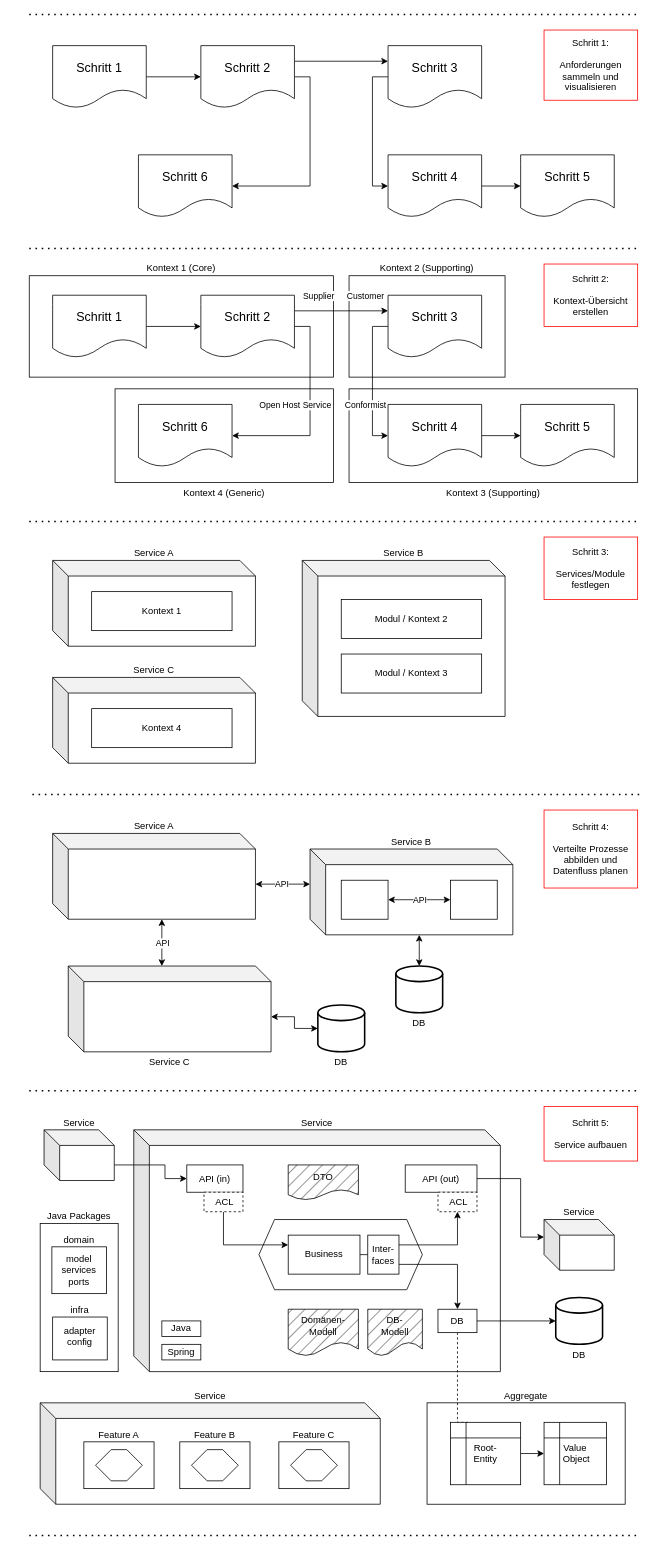
Above: images/software-architecture-guide-all-steps.drawio in coc-university/software-architecture-guide (draw.io), before the change. Source tidied: cells renumbered, new cells numbered last; positions are measured from the earlier drawing's top-left corner, leaving out a move shared by most shapes. Both pictures are drawn from the tidied source at 78%, with x=0, y=0 at pixel (29, 14).
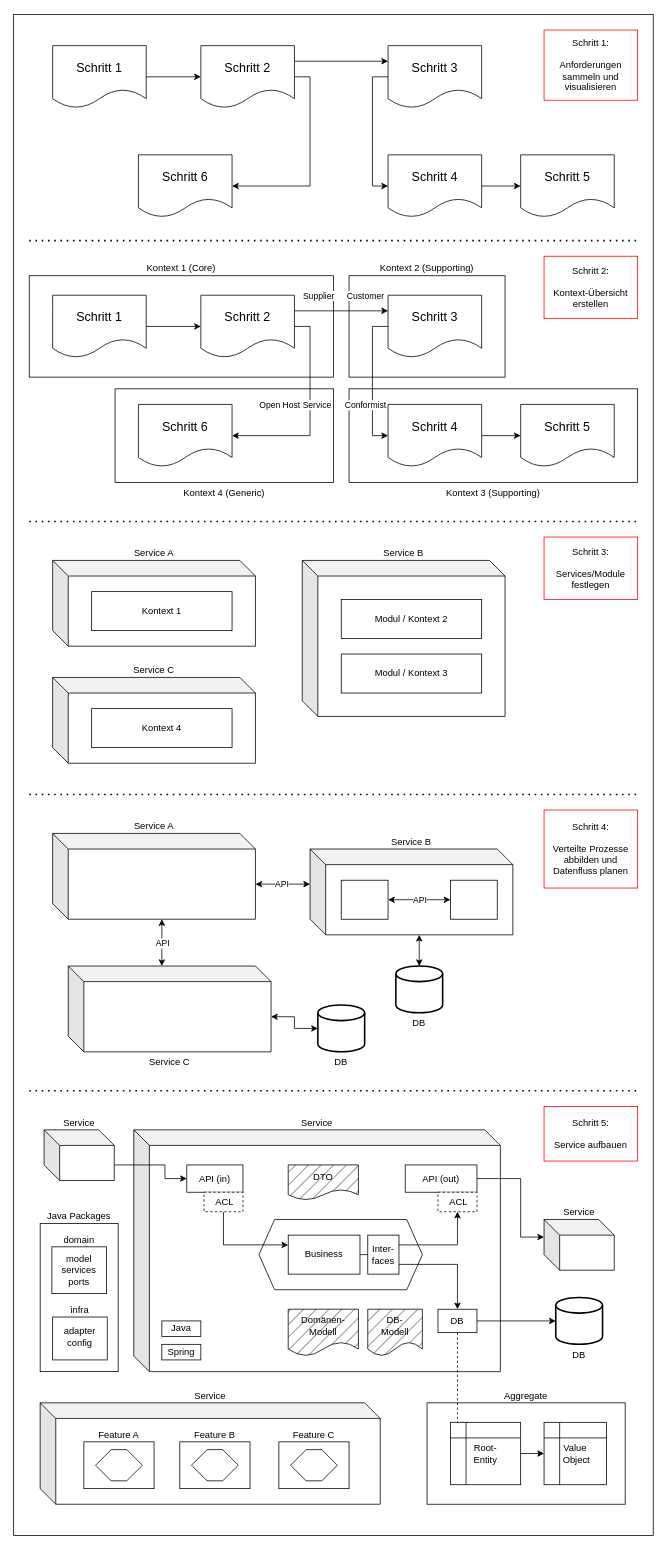
After the change.

What changed in the source:
```diff
@@
+    <mxCell id="106" style="rounded=0;whiteSpace=wrap;html=1;" parent="1" vertex="1">
+      <mxGeometry x="-20" width="820" height="1950" as="geometry" />
+    </mxCell>
@@
-    <mxCell id="21" style="endArrow=none;dashed=1;html=1;dashPattern=1 3;strokeWidth=2;rounded=0;" parent="1" edge="1">
-      <mxGeometry relative="1" as="geometry">
-        <mxPoint as="sourcePoint" />
-        <mxPoint x="780" as="targetPoint" />
-      </mxGeometry>
-    </mxCell>
@@
     <mxCell id="24" style="endArrow=none;dashed=1;html=1;dashPattern=1 3;strokeWidth=2;rounded=0;" parent="1" edge="1">
       <mxGeometry relative="1" as="geometry">
-        <mxPoint y="300" as="sourcePoint" />
-        <mxPoint x="780" y="300" as="targetPoint" />
+        <mxPoint y="290" as="sourcePoint" />
+        <mxPoint x="780" y="290" as="targetPoint" />
       </mxGeometry>
     </mxCell>
@@
     <mxCell id="43" style="endArrow=none;dashed=1;html=1;dashPattern=1 3;strokeWidth=2;rounded=0;" parent="1" edge="1">
       <mxGeometry relative="1" as="geometry">
-        <mxPoint x="4" y="1000" as="sourcePoint" />
-        <mxPoint x="784" y="1000" as="targetPoint" />
+        <mxPoint y="1000" as="sourcePoint" />
+        <mxPoint x="780" y="1000" as="targetPoint" />
       </mxGeometry>
     </mxCell>
@@
     <mxCell id="54" value="&lt;div&gt;Schritt 2:&lt;/div&gt;&lt;div&gt;&lt;br&gt;&lt;/div&gt;Kontext-Übersicht erstellen" style="rounded=0;whiteSpace=wrap;html=1;strokeColor=#FF0000;" parent="1" vertex="1">
-      <mxGeometry x="660" y="320" width="120" height="80" as="geometry" />
+      <mxGeometry x="660" y="310" width="120" height="80" as="geometry" />
     </mxCell>
@@
-    <mxCell id="100" style="endArrow=none;dashed=1;html=1;dashPattern=1 3;strokeWidth=2;rounded=0;" parent="1" edge="1">
-      <mxGeometry relative="1" as="geometry">
-        <mxPoint y="1950" as="sourcePoint" />
-        <mxPoint x="780" y="1950" as="targetPoint" />
-      </mxGeometry>
-    </mxCell>
```
